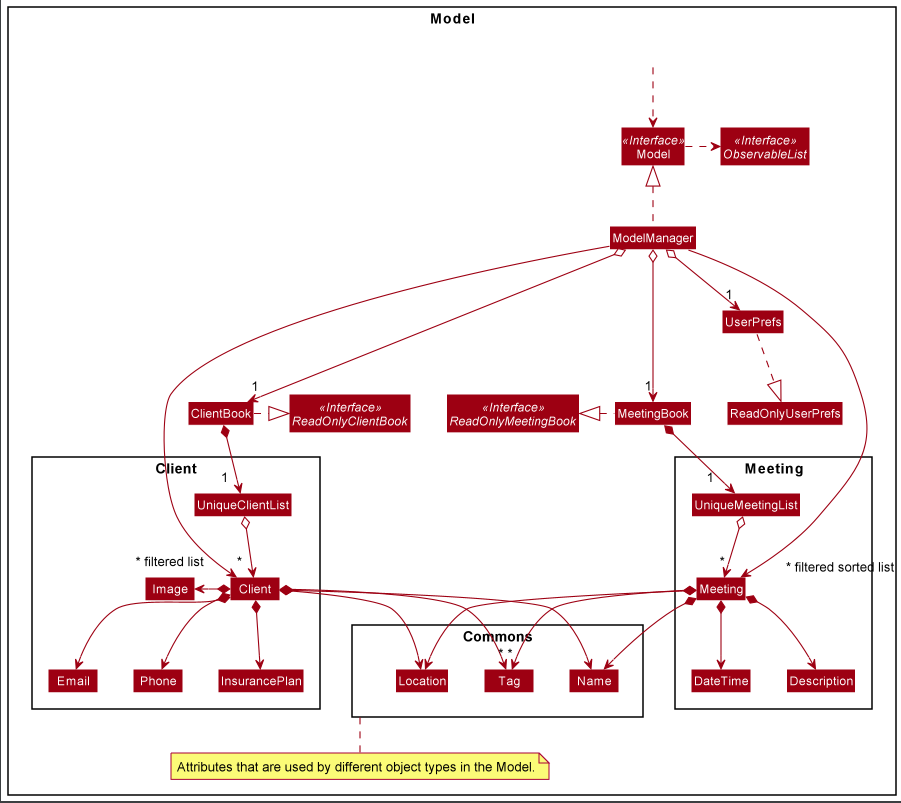
The PlantUML diagram docs/images/ModelClassDiagram.png in nus-cs2103-AY2021S2/tp, before a commit. Its source is kept beside it as docs/diagrams/ModelClassDiagram.puml.
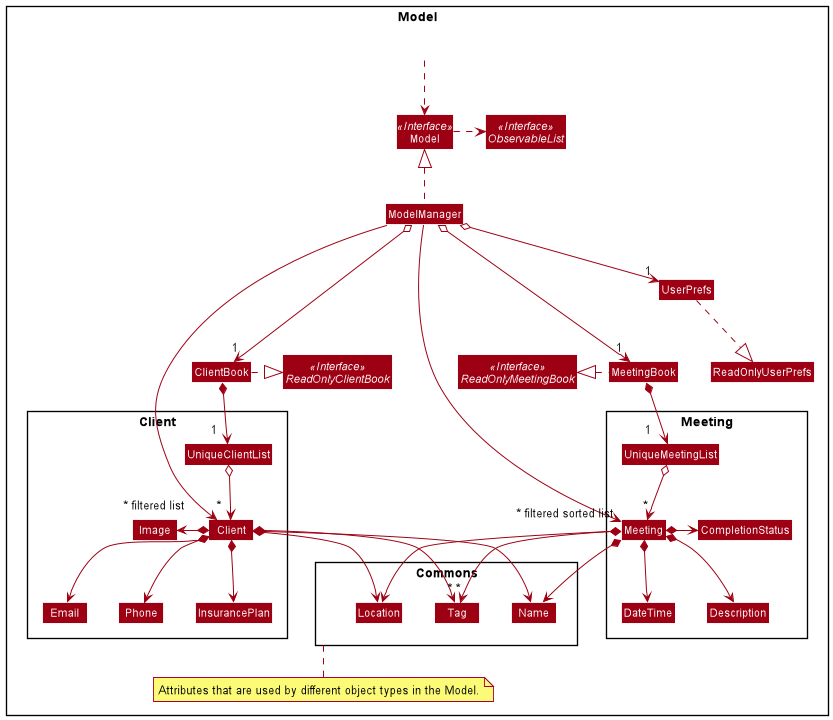
After the commit.

Commit message:
Add CompletionStatus for Model UML diagram

Change to the diagram source:
```diff
@@ -3,8 +3,6 @@
 skinparam arrowThickness 1.1
 skinparam arrowColor MODEL_COLOR
 skinparam classBackgroundColor MODEL_COLOR
-
-
 
 Package Model <<Rectangle>>{
 Class HiddenOutside #FFFFFF
@@ -35,6 +33,7 @@
 Class Meeting
 Class DateTime
 Class Description
+Class CompletionStatus
 Class UniqueMeetingList
 }
 
@@ -57,6 +56,7 @@
 Meeting *--> Location
 Meeting *--> Description
 Meeting *--> "*" Tag
+Meeting *-right-> CompletionStatus
 
 ModelManager .up.|> Model
 ModelManager o---> "1" ClientBook
```
